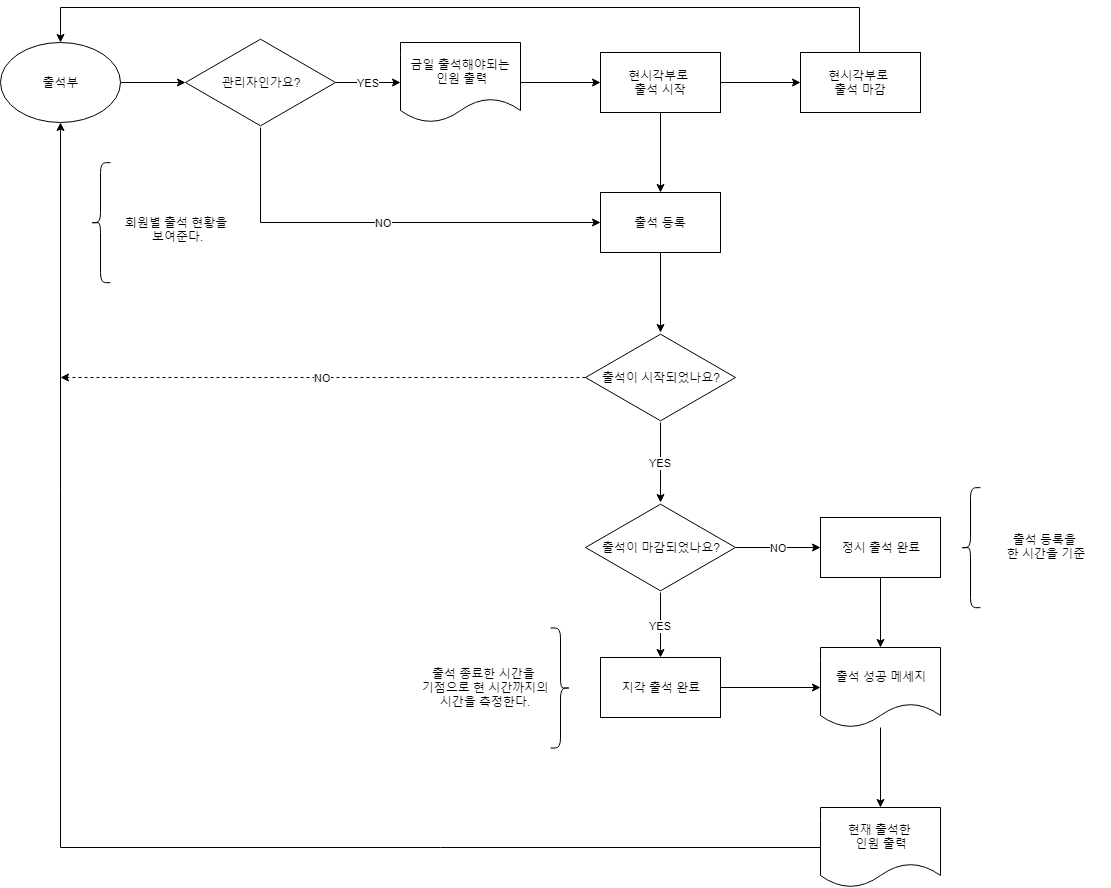
ehwlfk2/Target_club keeps this draw.io diagram as 04_taskflow/출석부.png. Above is the earlier version. Source tidied: cells renumbered, new cells last; positions are measured from the earlier drawing's top-left corner, leaving out a move shared by most shapes.
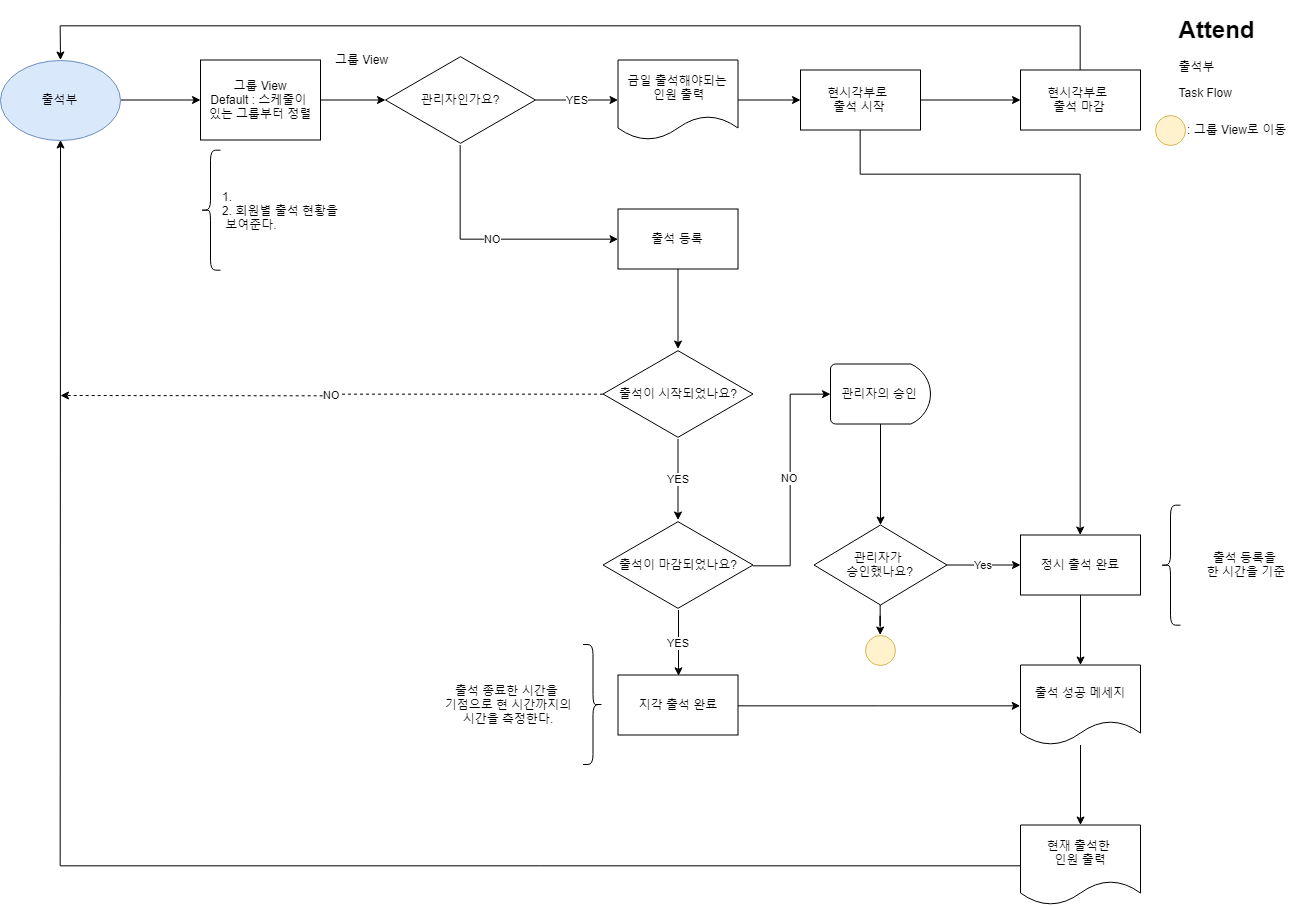
After the change.

What changed in the source:
```diff
@@ -2,128 +2,174 @@
   <root>
     <mxCell id="0" />
     <mxCell id="1" parent="0" />
-    <mxCell id="2" style="edgeStyle=orthogonalEdgeStyle;rounded=0;jettySize=auto;html=1;" parent="1" edge="1" source="3" target="24">
-      <mxGeometry relative="1" as="geometry" />
-    </mxCell>
+    <mxCell id="37" style="edgeStyle=orthogonalEdgeStyle;rounded=0;jettySize=auto;html=1;" parent="1" edge="1" source="38" target="24">
+      <mxGeometry relative="1" as="geometry" />
+    </mxCell>
+    <mxCell id="38" value="그룹 View&lt;br&gt;Default : 스케줄이 &lt;br&gt;있는 그룹부터 정렬&lt;br&gt;" style="rounded=0;whiteSpace=wrap;html=1;fontFamily=Helvetica;fontSize=12;fontColor=#000000;align=center;strokeColor=#000000;fillColor=#ffffff;" parent="1" vertex="1">
+      <mxGeometry x="265" y="95.5" width="120" height="80" as="geometry" />
+    </mxCell>
+    <mxCell id="39" style="edgeStyle=orthogonalEdgeStyle;rounded=0;jettySize=auto;html=1;" parent="1" edge="1" source="3" target="38">
+      <mxGeometry relative="1" as="geometry" />
+    </mxCell>
-    <mxCell id="3" value="출석부" style="ellipse;whiteSpace=wrap;html=1;" parent="1" vertex="1">
-      <mxGeometry y="35" width="120" height="80" as="geometry" />
+    <mxCell id="3" value="출석부" style="ellipse;whiteSpace=wrap;html=1;fillColor=#dae8fc;strokeColor=#6c8ebf;" parent="1" vertex="1">
+      <mxGeometry x="65" y="95.5" width="120" height="80" as="geometry" />
     </mxCell>
     <mxCell id="4" style="edgeStyle=orthogonalEdgeStyle;rounded=0;jettySize=auto;html=1;" parent="1" edge="1" source="6" target="8">
       <mxGeometry relative="1" as="geometry" />
     </mxCell>
-    <mxCell id="5" style="edgeStyle=orthogonalEdgeStyle;rounded=0;jettySize=auto;html=1;" parent="1" edge="1" source="6">
-      <mxGeometry relative="1" as="geometry">
-        <mxPoint x="660" y="185" as="targetPoint" />
-      </mxGeometry>
-    </mxCell>
+    <mxCell id="40" style="edgeStyle=orthogonalEdgeStyle;rounded=0;jettySize=auto;html=1;" parent="1" edge="1" source="6" target="28">
+      <mxGeometry relative="1" as="geometry">
+        <Array as="points">
+          <mxPoint x="925" y="210" />
+          <mxPoint x="1145" y="210" />
+        </Array>
+      </mxGeometry>
+    </mxCell>
     <mxCell id="6" value="현시각부로 &lt;br&gt;출석 시작" style="rounded=0;whiteSpace=wrap;html=1;" parent="1" vertex="1">
-      <mxGeometry x="600" y="45" width="120" height="60" as="geometry" />
+      <mxGeometry x="865" y="105.5" width="120" height="60" as="geometry" />
     </mxCell>
-    <mxCell id="7" style="edgeStyle=orthogonalEdgeStyle;rounded=0;jettySize=auto;html=1;entryX=0.5;entryY=0;entryDx=0;entryDy=0;" parent="1" edge="1" source="8" target="3">
+    <mxCell id="7" style="edgeStyle=orthogonalEdgeStyle;rounded=0;jettySize=auto;html=1;" parent="1" edge="1" source="8" target="3">
       <mxGeometry relative="1" as="geometry">
         <Array as="points">
-          <mxPoint x="859" />
-          <mxPoint x="60" />
+          <mxPoint x="1145" y="61" />
+          <mxPoint x="125" y="61" />
         </Array>
       </mxGeometry>
     </mxCell>
     <mxCell id="8" value="현시각부로 &lt;br&gt;출석 마감" style="rounded=0;whiteSpace=wrap;html=1;" parent="1" vertex="1">
-      <mxGeometry x="800" y="45" width="120" height="60" as="geometry" />
+      <mxGeometry x="1085" y="105.5" width="120" height="60" as="geometry" />
     </mxCell>
-    <mxCell id="9" style="edgeStyle=orthogonalEdgeStyle;rounded=0;jettySize=auto;html=1;" parent="1" edge="1" source="10">
-      <mxGeometry relative="1" as="geometry">
-        <mxPoint x="600" y="75" as="targetPoint" />
-      </mxGeometry>
-    </mxCell>
+    <mxCell id="41" style="edgeStyle=orthogonalEdgeStyle;rounded=0;jettySize=auto;html=1;" parent="1" edge="1" source="10">
+      <mxGeometry relative="1" as="geometry">
+        <mxPoint x="865" y="135.5" as="targetPoint" />
+      </mxGeometry>
+    </mxCell>
     <mxCell id="10" value="금일 출석해야되는&lt;br&gt;&amp;nbsp;인원 출력&lt;br&gt;" style="shape=document;whiteSpace=wrap;html=1;boundedLbl=1;" parent="1" vertex="1">
-      <mxGeometry x="400" y="35" width="120" height="80" as="geometry" />
+      <mxGeometry x="682.5" y="95.5" width="120" height="80" as="geometry" />
     </mxCell>
     <mxCell id="11" value="NO" style="edgeStyle=orthogonalEdgeStyle;rounded=0;jettySize=auto;html=1;dashed=1;" parent="1" edge="1" source="13">
       <mxGeometry relative="1" as="geometry">
-        <mxPoint x="60" y="370" as="targetPoint" />
+        <mxPoint x="125" y="431" as="targetPoint" />
       </mxGeometry>
     </mxCell>
     <mxCell id="12" value="YES" style="edgeStyle=orthogonalEdgeStyle;rounded=0;jettySize=auto;html=1;" parent="1" edge="1" source="13" target="16">
       <mxGeometry relative="1" as="geometry" />
     </mxCell>
     <mxCell id="13" value="출석이 시작되었나요?" style="html=1;whiteSpace=wrap;shape=isoRectangle;" parent="1" vertex="1">
-      <mxGeometry x="585" y="325" width="150" height="90" as="geometry" />
+      <mxGeometry x="667.5" y="384.5" width="150" height="90" as="geometry" />
     </mxCell>
-    <mxCell id="14" value="NO" style="edgeStyle=orthogonalEdgeStyle;rounded=0;jettySize=auto;html=1;" parent="1" edge="1" source="16" target="28">
-      <mxGeometry relative="1" as="geometry" />
-    </mxCell>
+    <mxCell id="42" value="NO" style="edgeStyle=orthogonalEdgeStyle;rounded=0;jettySize=auto;html=1;" parent="1" edge="1" source="16" target="53">
+      <mxGeometry relative="1" as="geometry">
+        <Array as="points">
+          <mxPoint x="855" y="601" />
+          <mxPoint x="855" y="429" />
+        </Array>
+      </mxGeometry>
+    </mxCell>
     <mxCell id="15" value="YES" style="edgeStyle=orthogonalEdgeStyle;rounded=0;jettySize=auto;html=1;entryX=0.5;entryY=0;entryDx=0;entryDy=0;" parent="1" edge="1" source="16" target="30">
       <mxGeometry relative="1" as="geometry" />
     </mxCell>
     <mxCell id="16" value="출석이 마감되었나요?" style="html=1;whiteSpace=wrap;shape=isoRectangle;" parent="1" vertex="1">
-      <mxGeometry x="585" y="495" width="150" height="90" as="geometry" />
+      <mxGeometry x="667.5" y="555.5" width="150" height="90" as="geometry" />
     </mxCell>
-    <mxCell id="17" style="edgeStyle=orthogonalEdgeStyle;rounded=0;jettySize=auto;html=1;" parent="1" edge="1" target="13">
-      <mxGeometry relative="1" as="geometry">
-        <mxPoint x="660" y="245" as="sourcePoint" />
-      </mxGeometry>
-    </mxCell>
+    <mxCell id="43" style="edgeStyle=orthogonalEdgeStyle;rounded=0;jettySize=auto;html=1;" parent="1" edge="1" target="13">
+      <mxGeometry relative="1" as="geometry">
+        <mxPoint x="742.5" y="304.5" as="sourcePoint" />
+      </mxGeometry>
+    </mxCell>
     <mxCell id="18" style="edgeStyle=orthogonalEdgeStyle;rounded=0;jettySize=auto;html=1;" parent="1" edge="1" source="19" target="21">
       <mxGeometry relative="1" as="geometry" />
     </mxCell>
     <mxCell id="19" value="출석 성공 메세지" style="shape=document;whiteSpace=wrap;html=1;boundedLbl=1;" parent="1" vertex="1">
-      <mxGeometry x="820" y="640" width="120" height="80" as="geometry" />
+      <mxGeometry x="1085" y="700.5" width="120" height="80" as="geometry" />
     </mxCell>
-    <mxCell id="20" style="edgeStyle=orthogonalEdgeStyle;rounded=0;jettySize=auto;html=1;entryX=0.5;entryY=1;entryDx=0;entryDy=0;" parent="1" edge="1" source="21" target="3">
+    <mxCell id="20" style="edgeStyle=orthogonalEdgeStyle;rounded=0;jettySize=auto;html=1;" parent="1" edge="1" source="21" target="3">
       <mxGeometry relative="1" as="geometry" />
     </mxCell>
     <mxCell id="21" value="현재 출석한 &lt;br&gt;인원 출력" style="shape=document;whiteSpace=wrap;html=1;boundedLbl=1;" parent="1" vertex="1">
-      <mxGeometry x="820" y="800" width="120" height="80" as="geometry" />
+      <mxGeometry x="1085" y="860.5" width="120" height="80" as="geometry" />
     </mxCell>
     <mxCell id="22" value="YES" style="edgeStyle=orthogonalEdgeStyle;rounded=0;jettySize=auto;html=1;" parent="1" edge="1" source="24" target="10">
       <mxGeometry relative="1" as="geometry" />
     </mxCell>
-    <mxCell id="23" value="NO" style="edgeStyle=orthogonalEdgeStyle;rounded=0;jettySize=auto;html=1;entryX=0;entryY=0.5;entryDx=0;entryDy=0;" parent="1" edge="1" source="24">
-      <mxGeometry relative="1" as="geometry">
-        <mxPoint x="600.3" y="214.7" as="targetPoint" />
-        <Array as="points">
-          <mxPoint x="260" y="215" />
-        </Array>
-      </mxGeometry>
-    </mxCell>
+    <mxCell id="44" value="NO" style="edgeStyle=orthogonalEdgeStyle;rounded=0;jettySize=auto;html=1;" parent="1" edge="1" source="24" target="36">
+      <mxGeometry relative="1" as="geometry">
+        <Array as="points">
+          <mxPoint x="525" y="275" />
+        </Array>
+      </mxGeometry>
+    </mxCell>
     <mxCell id="24" value="관리자인가요?" style="html=1;whiteSpace=wrap;shape=isoRectangle;" parent="1" vertex="1">
-      <mxGeometry x="185" y="30" width="150" height="90" as="geometry" />
+      <mxGeometry x="450" y="90.5" width="150" height="90" as="geometry" />
     </mxCell>
-    <mxCell id="25" style="shape=curlyBracket;whiteSpace=wrap;html=1;rounded=1;" parent="1" vertex="1">
-      <mxGeometry x="90" y="155.2" width="20" height="120" as="geometry" />
-    </mxCell>
-    <mxCell id="26" value="&lt;br&gt;회원별 출석 현황을&lt;br&gt;&amp;nbsp;보여준다." style="text;html=1;strokeColor=none;fillColor=none;align=center;verticalAlign=middle;whiteSpace=wrap;rounded=0;" parent="1" vertex="1">
-      <mxGeometry x="110" y="155" width="130" height="120" as="geometry" />
-    </mxCell>
+    <mxCell id="45" style="shape=curlyBracket;whiteSpace=wrap;html=1;rounded=1;" parent="1" vertex="1">
+      <mxGeometry x="265" y="185.7" width="20" height="120" as="geometry" />
+    </mxCell>
+    <mxCell id="46" value="1.&amp;nbsp;&lt;br&gt;2. 회원별 출석 현황을&lt;br&gt;&amp;nbsp;보여준다." style="text;html=1;strokeColor=none;fillColor=none;align=left;verticalAlign=middle;whiteSpace=wrap;rounded=0;" parent="1" vertex="1">
+      <mxGeometry x="285" y="185.5" width="130" height="120" as="geometry" />
+    </mxCell>
     <mxCell id="27" style="edgeStyle=orthogonalEdgeStyle;rounded=0;jettySize=auto;html=1;" parent="1" edge="1" source="28" target="19">
       <mxGeometry relative="1" as="geometry" />
     </mxCell>
     <mxCell id="28" value="정시 출석 완료" style="rounded=0;whiteSpace=wrap;html=1;" parent="1" vertex="1">
-      <mxGeometry x="820" y="510" width="120" height="60" as="geometry" />
+      <mxGeometry x="1085" y="570.5" width="120" height="60" as="geometry" />
     </mxCell>
     <mxCell id="29" style="edgeStyle=orthogonalEdgeStyle;rounded=0;jettySize=auto;html=1;entryX=0;entryY=0.5;entryDx=0;entryDy=0;" parent="1" edge="1" source="30" target="19">
       <mxGeometry relative="1" as="geometry" />
     </mxCell>
     <mxCell id="30" value="지각 출석 완료" style="rounded=0;whiteSpace=wrap;html=1;" parent="1" vertex="1">
-      <mxGeometry x="600" y="650" width="120" height="60" as="geometry" />
+      <mxGeometry x="682.5" y="710.5" width="120" height="60" as="geometry" />
     </mxCell>
-    <mxCell id="31" style="shape=curlyBracket;whiteSpace=wrap;html=1;rounded=1;" parent="1" vertex="1">
-      <mxGeometry x="960" y="480.2" width="20" height="120" as="geometry" />
-    </mxCell>
+    <mxCell id="47" style="shape=curlyBracket;whiteSpace=wrap;html=1;rounded=1;" parent="1" vertex="1">
+      <mxGeometry x="1225" y="540.7" width="20" height="120" as="geometry" />
+    </mxCell>
     <mxCell id="32" value="&lt;span&gt;출석 등록을&amp;nbsp;&lt;br&gt;한 시간을&amp;nbsp;기준&lt;/span&gt;" style="text;html=1;strokeColor=none;fillColor=none;align=center;verticalAlign=middle;whiteSpace=wrap;rounded=0;" parent="1" vertex="1">
-      <mxGeometry x="980" y="479" width="130" height="120" as="geometry" />
+      <mxGeometry x="1245" y="539.5" width="130" height="120" as="geometry" />
     </mxCell>
-    <mxCell id="33" style="group;" parent="1" vertex="1">
-      <mxGeometry x="420" y="619.5" width="150" height="121" as="geometry" />
-    </mxCell>
-    <mxCell id="34" style="shape=curlyBracket;whiteSpace=wrap;html=1;rounded=1;rotation=180;" parent="33" vertex="1">
-      <mxGeometry x="130" y="1" width="20" height="120" as="geometry" />
-    </mxCell>
+    <mxCell id="36" value="출석 등록" style="rounded=0;whiteSpace=wrap;html=1;" parent="1" vertex="1">
+      <mxGeometry x="682.5" y="244.5" width="120" height="60" as="geometry" />
+    </mxCell>
+    <mxCell id="48" value="그룹 View" style="text;html=1;align=left;verticalAlign=top;spacingTop=-4;" parent="1" vertex="1">
+      <mxGeometry x="397.5" y="85.5" width="70" height="20" as="geometry" />
+    </mxCell>
+    <mxCell id="49" style="group;" parent="1" vertex="1">
+      <mxGeometry x="507.5" y="680" width="160" height="121" as="geometry" />
+    </mxCell>
+    <mxCell id="50" style="group;" parent="49" vertex="1">
+      <mxGeometry width="150" height="121" as="geometry" />
+    </mxCell>
-    <mxCell id="35" value="출석 종료한 시간을 &lt;br&gt;기점으로 현 시간까지의 시간을 측정한다." style="text;html=1;strokeColor=none;fillColor=none;align=center;verticalAlign=middle;whiteSpace=wrap;rounded=0;" parent="33" vertex="1">
+    <mxCell id="35" value="출석 종료한 시간을 &lt;br&gt;기점으로 현 시간까지의 시간을 측정한다." style="text;html=1;strokeColor=none;fillColor=none;align=center;verticalAlign=middle;whiteSpace=wrap;rounded=0;" parent="50" vertex="1">
       <mxGeometry width="130" height="120" as="geometry" />
     </mxCell>
-    <mxCell id="36" value="출석 등록" style="rounded=0;whiteSpace=wrap;html=1;" parent="1" vertex="1">
-      <mxGeometry x="600" y="185" width="120" height="60" as="geometry" />
-    </mxCell>
+    <mxCell id="51" style="shape=curlyBracket;whiteSpace=wrap;html=1;rounded=1;rotation=180;" parent="49" vertex="1">
+      <mxGeometry x="140" width="20" height="120" as="geometry" />
+    </mxCell>
+    <mxCell id="52" style="edgeStyle=orthogonalEdgeStyle;rounded=0;jettySize=auto;html=1;" parent="1" edge="1" source="53" target="55">
+      <mxGeometry relative="1" as="geometry" />
+    </mxCell>
+    <mxCell id="53" value="관리자의 승인" style="strokeWidth=1;html=1;shape=mxgraph.flowchart.delay;whiteSpace=wrap;align=center;verticalAlign=middle;" parent="1" vertex="1">
+      <mxGeometry x="895" y="399.5" width="100" height="60" as="geometry" />
+    </mxCell>
+    <mxCell id="54" value="Yes" style="edgeStyle=orthogonalEdgeStyle;rounded=0;jettySize=auto;html=1;" parent="1" edge="1" source="55" target="28">
+      <mxGeometry relative="1" as="geometry" />
+    </mxCell>
+    <mxCell id="55" value="관리자가 &lt;br&gt;승인했나요?" style="strokeWidth=1;html=1;shape=mxgraph.flowchart.decision;whiteSpace=wrap;fontFamily=Helvetica;fontSize=12;fontColor=#000000;align=center;strokeColor=#000000;fillColor=#ffffff;" parent="1" vertex="1">
+      <mxGeometry x="878.5" y="560.5" width="133" height="80" as="geometry" />
+    </mxCell>
+    <mxCell id="56" style="verticalLabelPosition=bottom;verticalAlign=top;html=1;strokeWidth=1;shape=mxgraph.flowchart.on-page_reference;align=center;fillColor=#fff2cc;strokeColor=#d6b656;" parent="1" vertex="1">
+      <mxGeometry x="930" y="670.5" width="30" height="30" as="geometry" />
+    </mxCell>
+    <mxCell id="57" style="edgeStyle=orthogonalEdgeStyle;rounded=0;jettySize=auto;html=1;" parent="1" edge="1" source="55" target="56">
+      <mxGeometry relative="1" as="geometry" />
+    </mxCell>
+    <mxCell id="58" value="&lt;h1 style=&quot;text-align: left&quot;&gt;Attend&lt;/h1&gt;&lt;p style=&quot;text-align: left&quot;&gt;출석부&lt;/p&gt;&lt;p style=&quot;text-align: left&quot;&gt;Task Flow&lt;/p&gt;" style="text;html=1;strokeColor=none;fillColor=none;spacing=5;spacingTop=-20;whiteSpace=wrap;overflow=hidden;rounded=0;align=center;" parent="1" vertex="1">
+      <mxGeometry x="1185" y="45.5" width="190" height="120" as="geometry" />
+    </mxCell>
+    <mxCell id="59" style="verticalLabelPosition=bottom;verticalAlign=top;html=1;strokeWidth=1;shape=mxgraph.flowchart.on-page_reference;align=center;fillColor=#fff2cc;strokeColor=#d6b656;" parent="1" vertex="1">
+      <mxGeometry x="1220" y="150.5" width="30" height="30" as="geometry" />
+    </mxCell>
+    <mxCell id="60" value=": 그룹 View로 이동" style="text;html=1;align=left;verticalAlign=top;spacingTop=-4;" parent="1" vertex="1">
+      <mxGeometry x="1250" y="155.5" width="110" height="20" as="geometry" />
+    </mxCell>
   </root>
 </mxGraphModel>
```
